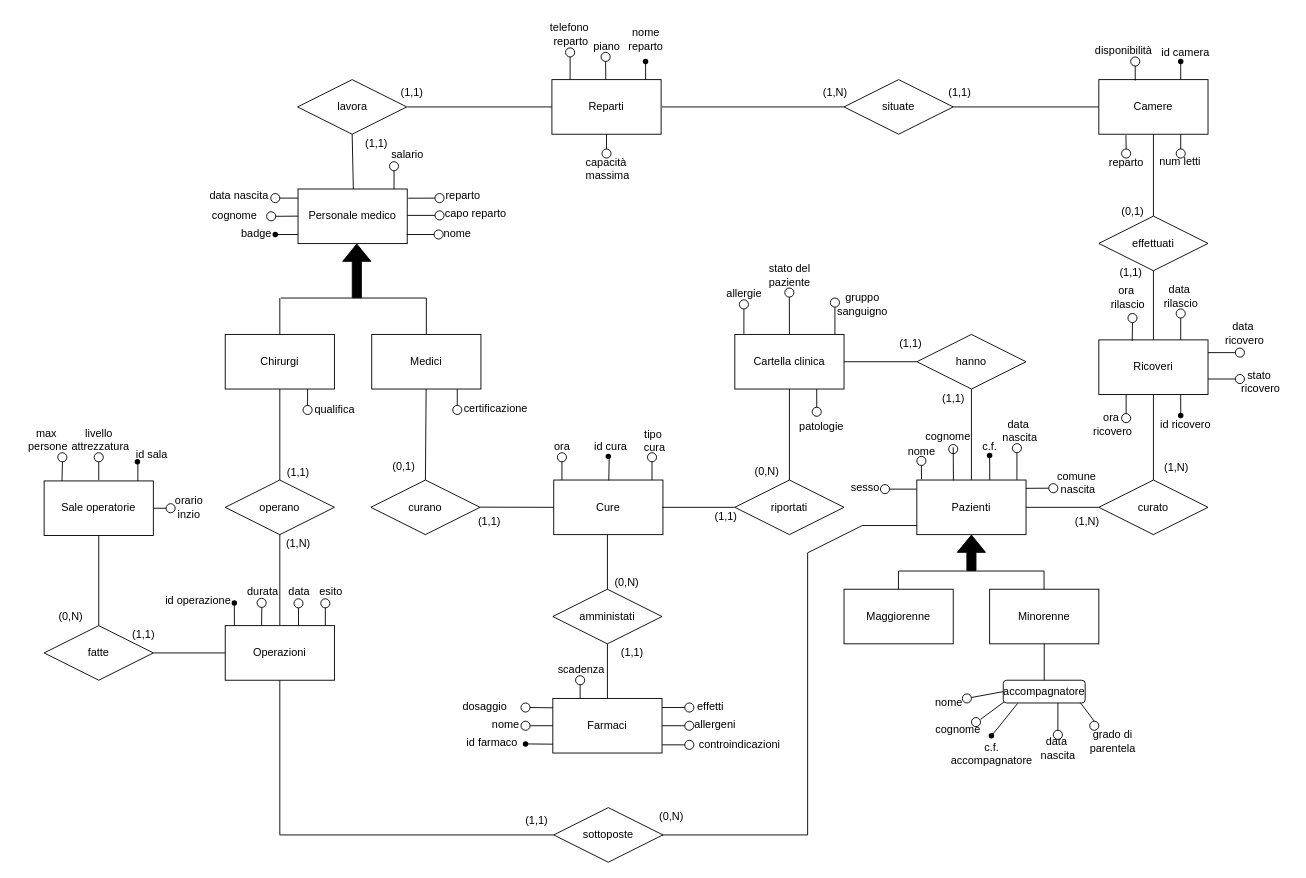
Above: ER-conc.drawio in MicheleDioli/UniPD-database-project-2024 (draw.io), before the change. Source tidied: cells renumbered, new cells numbered last; positions are measured from the earlier drawing's top-left corner, leaving out a move shared by most shapes. Both pictures are drawn from the tidied source at 91%, with x=0, y=0 at pixel (15, 15).
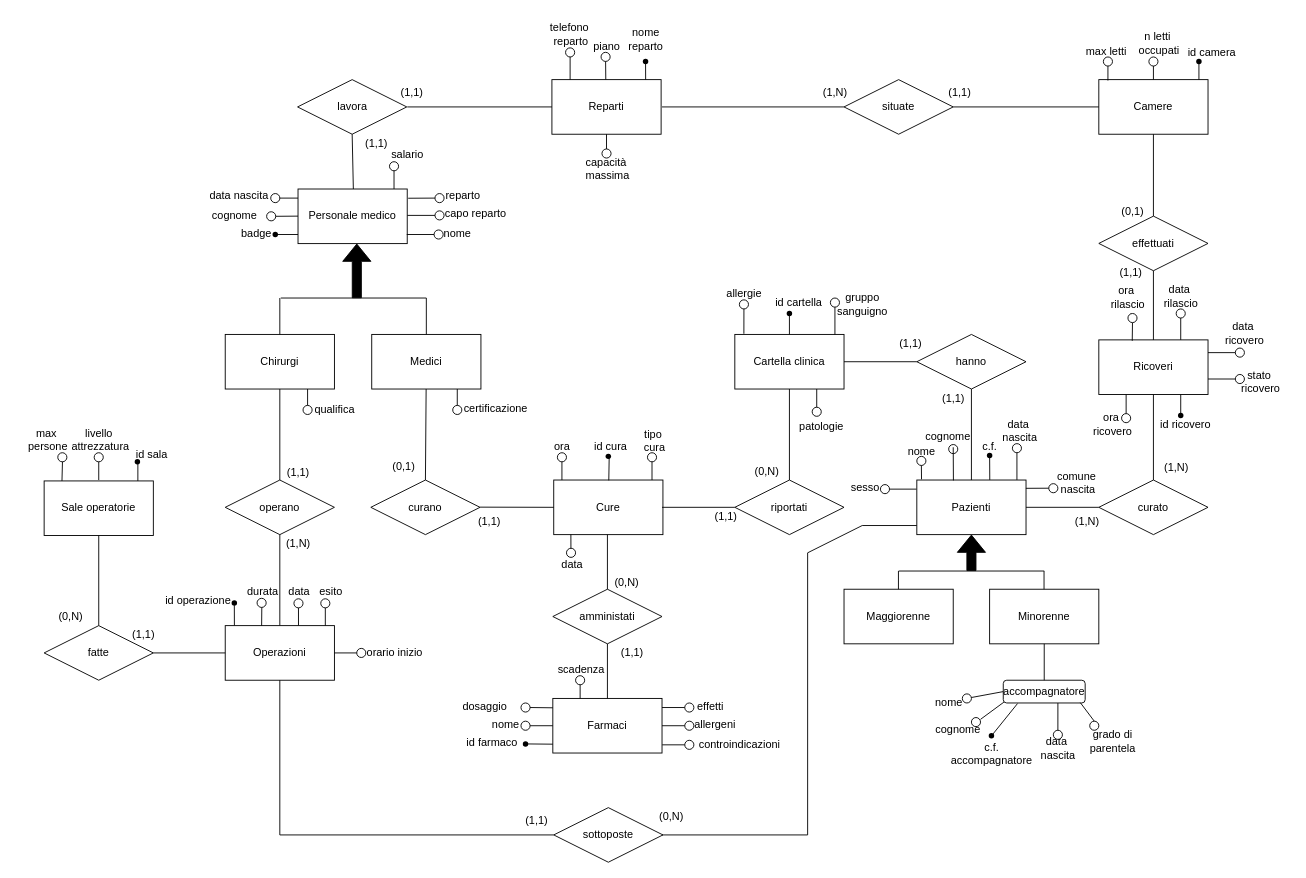
Above is the later version.

Commit message (it also covers changes not shown here):
non mi ricordo

Unchanged cells that the change refers to:
```xml
<mxCell id="9" value="Camere" style="rounded=0;whiteSpace=wrap;html=1;" parent="1" vertex="1">
  <mxGeometry x="1190" y="70" width="120" height="60" as="geometry" />
</mxCell>
<mxCell id="10" value="Sale operatorie" style="rounded=0;whiteSpace=wrap;html=1;" parent="1" vertex="1">
  <mxGeometry x="31" y="511" width="120" height="60" as="geometry" />
</mxCell>
<mxCell id="120" value="Operazioni" style="rounded=0;whiteSpace=wrap;html=1;" parent="1" vertex="1">
  <mxGeometry x="230" y="670" width="120" height="60" as="geometry" />
</mxCell>
<mxCell id="168" value="Cure" style="rounded=0;whiteSpace=wrap;html=1;" parent="1" vertex="1">
  <mxGeometry x="591" y="510" width="120" height="60" as="geometry" />
</mxCell>
```

What changed in the source:
```diff
@@
     <mxCell id="36" value="id camera" style="text;html=1;align=center;verticalAlign=middle;strokeColor=none;fillColor=none;" parent="1" vertex="1">
-      <mxGeometry x="1245" y="26.1" width="80" height="30" as="geometry" />
+      <mxGeometry x="1274" y="26.1" width="80" height="30" as="geometry" />
     </mxCell>
-    <mxCell id="37" value="num letti" style="text;html=1;align=center;verticalAlign=middle;strokeColor=none;fillColor=none;" parent="1" vertex="1">
-      <mxGeometry x="1244" y="145.2" width="70" height="30" as="geometry" />
+    <mxCell id="37" value="n letti&amp;nbsp;&lt;div&gt;occupati&lt;/div&gt;" style="text;html=1;align=center;verticalAlign=middle;strokeColor=none;fillColor=none;" parent="1" vertex="1">
+      <mxGeometry x="1221" y="10" width="70" height="40" as="geometry" />
     </mxCell>
@@
-    <mxCell id="52" value="stato del &lt;br&gt;paziente" style="text;html=1;align=center;verticalAlign=middle;strokeColor=none;fillColor=none;" parent="1" vertex="1">
-      <mxGeometry x="815" y="265" width="70" height="40" as="geometry" />
+    <mxCell id="52" value="id cartella" style="text;html=1;align=center;verticalAlign=middle;strokeColor=none;fillColor=none;" parent="1" vertex="1">
+      <mxGeometry x="825" y="300" width="70" height="30" as="geometry" />
     </mxCell>
@@
     <mxCell id="64" style="ellipse;whiteSpace=wrap;html=1;" parent="1" vertex="1">
-      <mxGeometry x="1275" y="146.2" width="10" height="10" as="geometry" />
+      <mxGeometry x="1245" y="45.1" width="10" height="10" as="geometry" />
     </mxCell>
     <mxCell id="65" style="endArrow=none;html=1;rounded=0;exitDx=0;exitDy=0;exitPerimeter=0;" parent="1" edge="1">
       <mxGeometry relative="1" as="geometry">
-        <mxPoint x="1280" y="48" as="sourcePoint" />
-        <mxPoint x="1280" y="50" as="targetPoint" />
+        <mxPoint x="1300" y="48" as="sourcePoint" />
+        <mxPoint x="1300" y="50" as="targetPoint" />
       </mxGeometry>
     </mxCell>
-    <mxCell id="66" style="endArrow=none;html=1;rounded=0;exitX=0.5;exitY=0;exitDx=0;exitDy=0;" parent="1" edge="1" source="64">
-      <mxGeometry relative="1" as="geometry">
-        <mxPoint x="1280" y="130" as="targetPoint" />
-      </mxGeometry>
+    <mxCell id="66" style="endArrow=none;html=1;rounded=0;exitX=0.5;exitY=1;exitDx=0;exitDy=0;entryX=0.5;entryY=0;entryDx=0;entryDy=0;" parent="1" edge="1" source="64" target="9">
+      <mxGeometry relative="1" as="geometry" />
     </mxCell>
@@
-    <mxCell id="94" style="ellipse;whiteSpace=wrap;html=1;" parent="1" vertex="1">
-      <mxGeometry x="844.9" y="299" width="10" height="10" as="geometry" />
-    </mxCell>
@@
-    <mxCell id="112" value="disponibilità" style="text;html=1;align=center;verticalAlign=middle;strokeColor=none;fillColor=none;" parent="1" vertex="1">
-      <mxGeometry x="1172" y="23" width="90" height="30" as="geometry" />
+    <mxCell id="112" value="max letti" style="text;html=1;align=center;verticalAlign=middle;strokeColor=none;fillColor=none;" parent="1" vertex="1">
+      <mxGeometry x="1163" y="24" width="70" height="30" as="geometry" />
     </mxCell>
@@
     <mxCell id="116" style="ellipse;whiteSpace=wrap;html=1;" parent="1" vertex="1">
-      <mxGeometry x="1225" y="45.1" width="10" height="10" as="geometry" />
+      <mxGeometry x="1195" y="45.1" width="10" height="10" as="geometry" />
     </mxCell>
     <mxCell id="117" style="endArrow=none;html=1;rounded=0;entryX=0.5;entryY=1;entryDx=0;entryDy=0;" parent="1" edge="1" target="116">
       <mxGeometry relative="1" as="geometry">
-        <mxPoint x="1230" y="71" as="sourcePoint" />
+        <mxPoint x="1200" y="71" as="sourcePoint" />
       </mxGeometry>
     </mxCell>
-    <mxCell id="118" style="endArrow=none;html=1;" parent="1" edge="1" source="239">
-      <mxGeometry relative="1" as="geometry">
-        <mxPoint x="1219.8" y="131" as="targetPoint" />
-      </mxGeometry>
-    </mxCell>
-    <mxCell id="119" value="reparto" style="text;html=1;align=center;verticalAlign=middle;strokeColor=none;fillColor=none;" parent="1" vertex="1">
-      <mxGeometry x="1190" y="146.2" width="60" height="30" as="geometry" />
-    </mxCell>
@@
-    <mxCell id="192" style="endArrow=none;html=1;rounded=0;entryX=0.5;entryY=1;entryDx=0;entryDy=0;" parent="1" edge="1" target="94">
+    <mxCell id="192" style="endArrow=none;html=1;rounded=0;entryX=0.5;entryY=1;entryDx=0;entryDy=0;" parent="1" edge="1">
       <mxGeometry relative="1" as="geometry">
         <mxPoint x="850" y="350" as="sourcePoint" />
+        <mxPoint x="850" y="327" as="targetPoint" />
       </mxGeometry>
     </mxCell>
@@
-    <mxCell id="239" style="ellipse;whiteSpace=wrap;html=1;" parent="1" vertex="1">
-      <mxGeometry x="1215" y="146.2" width="10" height="10" as="geometry" />
-    </mxCell>
     <mxCell id="240" style="endArrow=none;html=1;rounded=0;exitX=0.821;exitY=0;exitDx=0;exitDy=0;exitPerimeter=0;" parent="1" edge="1">
       <mxGeometry relative="1" as="geometry">
-        <mxPoint x="1280" y="70.1" as="sourcePoint" />
-        <mxPoint x="1280" y="50" as="targetPoint" />
+        <mxPoint x="1300" y="70.1" as="sourcePoint" />
+        <mxPoint x="1300" y="50" as="targetPoint" />
       </mxGeometry>
     </mxCell>
     <mxCell id="241" style="edgeStyle=orthogonalEdgeStyle;rounded=0;orthogonalLoop=1;jettySize=auto;html=1;entryX=0.96;entryY=0.371;entryDx=0;entryDy=0;entryPerimeter=0;" parent="1" edge="1">
       <mxGeometry relative="1" as="geometry">
-        <mxPoint x="1280" y="48" as="sourcePoint" />
-        <mxPoint x="1280" y="48" as="targetPoint" />
+        <mxPoint x="1300" y="48" as="sourcePoint" />
+        <mxPoint x="1300" y="48" as="targetPoint" />
       </mxGeometry>
     </mxCell>
     <mxCell id="242" style="shape=waypoint;sketch=0;fillStyle=solid;size=6;fillColor=none;perimeter=centerPerimeter;" parent="1" vertex="1">
-      <mxGeometry x="1270" y="40.1" width="20" height="20" as="geometry" />
+      <mxGeometry x="1290" y="40.1" width="20" height="20" as="geometry" />
     </mxCell>
@@
-    <mxCell id="246" style="ellipse;whiteSpace=wrap;html=1;" parent="1" vertex="1">
-      <mxGeometry x="165" y="536" width="10" height="10" as="geometry" />
-    </mxCell>
-    <mxCell id="247" style="endArrow=none;html=1;rounded=0;entryX=0;entryY=0.5;entryDx=0;entryDy=0;exitX=1;exitY=0.5;exitDx=0;exitDy=0;" parent="1" edge="1" source="10" target="246">
-      <mxGeometry relative="1" as="geometry" />
-    </mxCell>
-    <mxCell id="248" value="orario&lt;div&gt;inzio&lt;/div&gt;" style="text;html=1;align=center;verticalAlign=middle;strokeColor=none;fillColor=none;" parent="1" vertex="1">
-      <mxGeometry x="165" y="520" width="50" height="40" as="geometry" />
-    </mxCell>
@@
+    <mxCell id="257" value="orario inizio" style="text;html=1;align=center;verticalAlign=middle;strokeColor=none;fillColor=none;" parent="1" vertex="1">
+      <mxGeometry x="375.5" y="685" width="80" height="30" as="geometry" />
+    </mxCell>
+    <mxCell id="258" style="ellipse;whiteSpace=wrap;html=1;" parent="1" vertex="1">
+      <mxGeometry x="374.5" y="695" width="10" height="10" as="geometry" />
+    </mxCell>
+    <mxCell id="259" style="endArrow=none;html=1;rounded=0;entryX=1;entryY=0.5;entryDx=0;entryDy=0;exitX=0;exitY=0.5;exitDx=0;exitDy=0;" parent="1" edge="1" source="258" target="120">
+      <mxGeometry relative="1" as="geometry" />
+    </mxCell>
+    <mxCell id="260" style="ellipse;whiteSpace=wrap;html=1;" parent="1" vertex="1">
+      <mxGeometry x="605" y="585" width="10" height="10" as="geometry" />
+    </mxCell>
+    <mxCell id="261" value="data" style="text;html=1;align=center;verticalAlign=middle;strokeColor=none;fillColor=none;" parent="1" vertex="1">
+      <mxGeometry x="586" y="588" width="50" height="30" as="geometry" />
+    </mxCell>
+    <mxCell id="262" style="endArrow=none;html=1;rounded=0;entryX=0.157;entryY=0.997;entryDx=0;entryDy=0;entryPerimeter=0;" parent="1" edge="1" target="168">
+      <mxGeometry relative="1" as="geometry">
+        <mxPoint x="609.9" y="585" as="sourcePoint" />
+      </mxGeometry>
+    </mxCell>
+    <mxCell id="263" style="shape=waypoint;sketch=0;fillStyle=solid;size=6;fillColor=none;perimeter=centerPerimeter;" parent="1" vertex="1">
+      <mxGeometry x="840" y="317" width="20" height="20" as="geometry" />
+    </mxCell>
```
